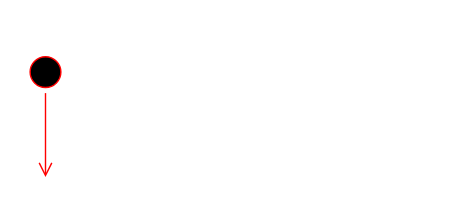
Before: Atividade Prática 3 - Diagrama de Atividades.drawio in Ajnus/INF1013_Modelagem_De_Software, a draw.io diagram. Source tidied: cells renumbered, new cells numbered last; positions are measured from the earlier drawing's top-left corner, leaving out a move shared by most shapes. Both pictures are drawn from the tidied source at 140%, with x=0, y=0 at pixel (24, 50).
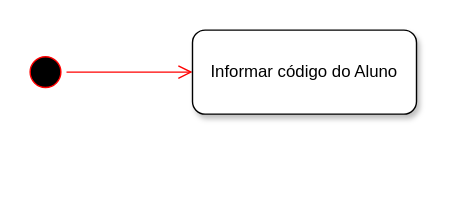
After the change.

Diff of the diagram source:
```diff
@@
 <mxGraphModel>
   <root>
     <mxCell id="0" />
     <mxCell id="1" parent="0" />
     <mxCell id="2" style="ellipse;html=1;shape=startState;fillColor=#000000;strokeColor=#ff0000;" parent="1" vertex="1">
       <mxGeometry width="30" height="30" as="geometry" />
     </mxCell>
     <mxCell id="3" style="edgeStyle=orthogonalEdgeStyle;html=1;verticalAlign=bottom;endArrow=open;endSize=8;strokeColor=#ff0000;rounded=0;" parent="1" edge="1" source="2">
       <mxGeometry relative="1" as="geometry">
-        <mxPoint x="15" y="90" as="targetPoint" />
+        <mxPoint x="120" y="15" as="targetPoint" />
       </mxGeometry>
     </mxCell>
+    <mxCell id="4" value="Informar código do Aluno" style="rounded=1;whiteSpace=wrap;html=1;shadow=1;" parent="1" vertex="1">
+      <mxGeometry x="120" y="-15" width="160" height="60" as="geometry" />
+    </mxCell>
   </root>
 </mxGraphModel>
```
